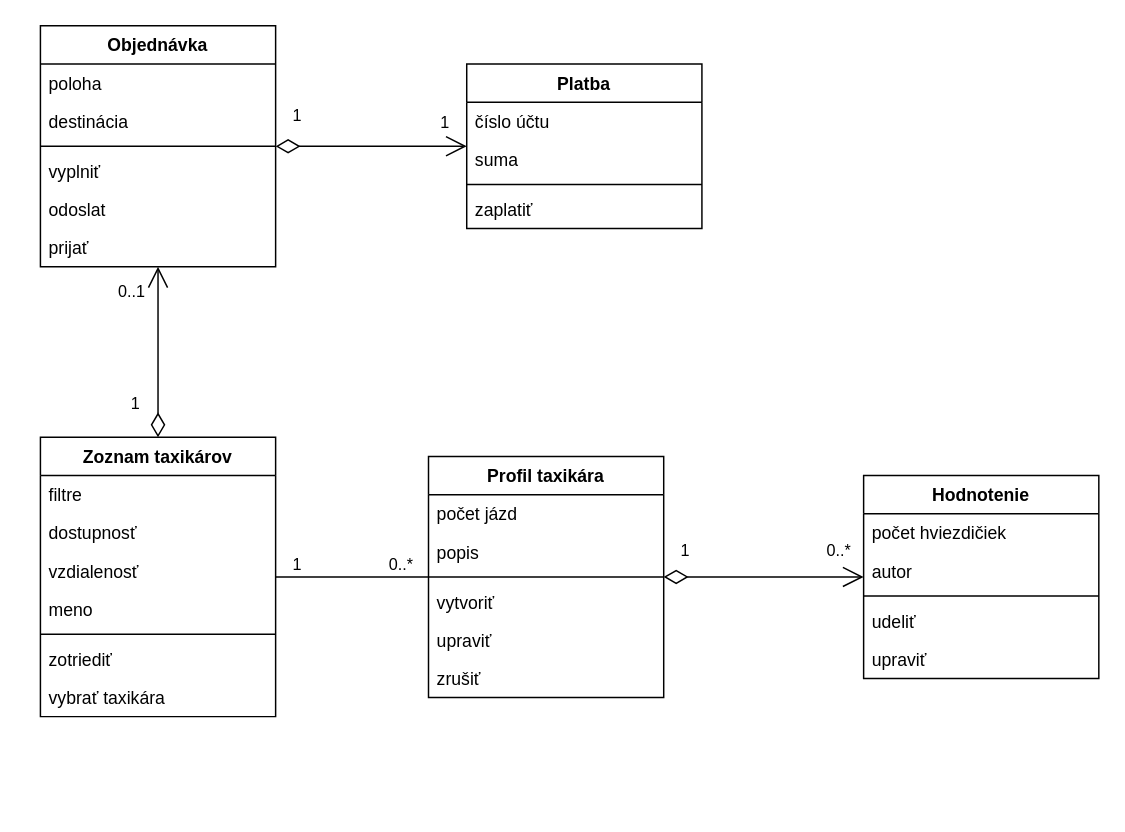
Before: Untitled Diagram.drawio in Achatin/Diagrams, a draw.io diagram. Source tidied: cells renumbered, new cells numbered last; positions are measured from the earlier drawing's top-left corner, leaving out a move shared by most shapes. Both pictures are drawn from the tidied source at 147%, with x=0, y=0 at pixel (40, 25).
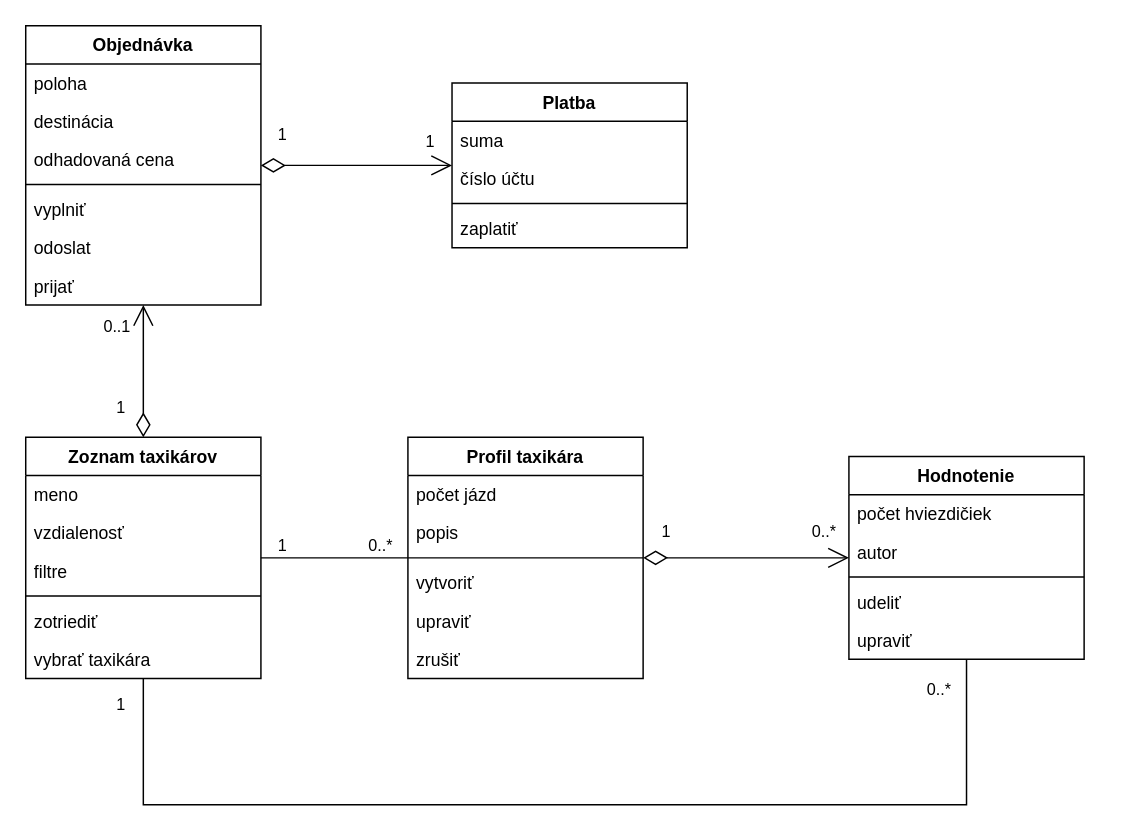
Above is the later version.

Change to the diagram source:
```diff
@@
     <mxCell id="2" value="Objednávka" style="swimlane;fontStyle=1;align=center;verticalAlign=top;horizontal=1;startSize=26;" parent="1" vertex="1">
-      <mxGeometry width="160" height="164" as="geometry" />
+      <mxGeometry x="-10" width="160" height="190" as="geometry" />
     </mxCell>
@@
+    <mxCell id="44" value="odhadovaná cena" style="text;strokeColor=none;fillColor=none;align=left;verticalAlign=top;spacingLeft=4;spacingRight=4;overflow=hidden;" parent="2" vertex="1">
+      <mxGeometry y="78" width="160" height="26" as="geometry" />
+    </mxCell>
     <mxCell id="5" style="line;strokeWidth=1;fillColor=none;align=left;verticalAlign=middle;spacingTop=-1;spacingLeft=3;spacingRight=3;labelPosition=right;" parent="2" vertex="1">
-      <mxGeometry y="78" width="160" height="8" as="geometry" />
+      <mxGeometry y="104" width="160" height="8" as="geometry" />
     </mxCell>
     <mxCell id="6" value="vyplniť" style="text;strokeColor=none;fillColor=none;align=left;verticalAlign=top;spacingLeft=4;spacingRight=4;overflow=hidden;" parent="2" vertex="1">
-      <mxGeometry y="86" width="160" height="26" as="geometry" />
+      <mxGeometry y="112" width="160" height="26" as="geometry" />
     </mxCell>
     <mxCell id="7" value="odoslat" style="text;strokeColor=none;fillColor=none;align=left;verticalAlign=top;spacingLeft=4;spacingRight=4;overflow=hidden;" parent="2" vertex="1">
-      <mxGeometry y="112" width="160" height="26" as="geometry" />
+      <mxGeometry y="138" width="160" height="26" as="geometry" />
     </mxCell>
     <mxCell id="8" value="prijať" style="text;strokeColor=none;fillColor=none;align=left;verticalAlign=top;spacingLeft=4;spacingRight=4;overflow=hidden;" parent="2" vertex="1">
-      <mxGeometry y="138" width="160" height="26" as="geometry" />
+      <mxGeometry y="164" width="160" height="26" as="geometry" />
     </mxCell>
     <mxCell id="9" value="Zoznam taxikárov" style="swimlane;fontStyle=1;align=center;verticalAlign=top;horizontal=1;startSize=26;" parent="1" vertex="1">
-      <mxGeometry y="280" width="160" height="190" as="geometry" />
+      <mxGeometry x="-10" y="280" width="160" height="164" as="geometry" />
     </mxCell>
+    <mxCell id="13" value="meno" style="text;strokeColor=none;fillColor=none;align=left;verticalAlign=top;spacingLeft=4;spacingRight=4;overflow=hidden;" parent="9" vertex="1">
+      <mxGeometry y="26" width="160" height="26" as="geometry" />
+    </mxCell>
+    <mxCell id="12" value="vzdialenosť" style="text;strokeColor=none;fillColor=none;align=left;verticalAlign=top;spacingLeft=4;spacingRight=4;overflow=hidden;" parent="9" vertex="1">
+      <mxGeometry y="52" width="160" height="26" as="geometry" />
+    </mxCell>
     <mxCell id="10" value="filtre" style="text;strokeColor=none;fillColor=none;align=left;verticalAlign=top;spacingLeft=4;spacingRight=4;overflow=hidden;" parent="9" vertex="1">
-      <mxGeometry y="26" width="160" height="26" as="geometry" />
+      <mxGeometry y="78" width="160" height="26" as="geometry" />
     </mxCell>
-    <mxCell id="11" value="dostupnosť" style="text;strokeColor=none;fillColor=none;align=left;verticalAlign=top;spacingLeft=4;spacingRight=4;overflow=hidden;" parent="9" vertex="1">
-      <mxGeometry y="52" width="160" height="26" as="geometry" />
-    </mxCell>
-    <mxCell id="12" value="vzdialenosť" style="text;strokeColor=none;fillColor=none;align=left;verticalAlign=top;spacingLeft=4;spacingRight=4;overflow=hidden;" parent="9" vertex="1">
-      <mxGeometry y="78" width="160" height="26" as="geometry" />
-    </mxCell>
-    <mxCell id="13" value="meno" style="text;strokeColor=none;fillColor=none;align=left;verticalAlign=top;spacingLeft=4;spacingRight=4;overflow=hidden;" parent="9" vertex="1">
-      <mxGeometry y="104" width="160" height="26" as="geometry" />
-    </mxCell>
     <mxCell id="14" style="line;strokeWidth=1;fillColor=none;align=left;verticalAlign=middle;spacingTop=-1;spacingLeft=3;spacingRight=3;labelPosition=right;" parent="9" vertex="1">
-      <mxGeometry y="130" width="160" height="8" as="geometry" />
+      <mxGeometry y="104" width="160" height="8" as="geometry" />
     </mxCell>
     <mxCell id="15" value="zotriediť" style="text;strokeColor=none;fillColor=none;align=left;verticalAlign=top;spacingLeft=4;spacingRight=4;overflow=hidden;" parent="9" vertex="1">
-      <mxGeometry y="138" width="160" height="26" as="geometry" />
+      <mxGeometry y="112" width="160" height="26" as="geometry" />
     </mxCell>
     <mxCell id="16" value="vybrať taxikára" style="text;strokeColor=none;fillColor=none;align=left;verticalAlign=top;spacingLeft=4;spacingRight=4;overflow=hidden;" parent="9" vertex="1">
-      <mxGeometry y="164" width="160" height="26" as="geometry" />
+      <mxGeometry y="138" width="160" height="26" as="geometry" />
     </mxCell>
     <mxCell id="17" value="Hodnotenie" style="swimlane;fontStyle=1;align=center;verticalAlign=top;horizontal=1;startSize=26;" parent="1" vertex="1">
-      <mxGeometry x="560" y="306" width="160" height="138" as="geometry" />
+      <mxGeometry x="550" y="293" width="160" height="138" as="geometry" />
     </mxCell>
@@
     <mxCell id="23" value="Profil taxikára" style="swimlane;fontStyle=1;align=center;verticalAlign=top;horizontal=1;startSize=26;" parent="1" vertex="1">
-      <mxGeometry x="264" y="293" width="160" height="164" as="geometry" />
+      <mxGeometry x="250" y="280" width="160" height="164" as="geometry" />
     </mxCell>
@@
     <mxCell id="37" value="Platba" style="swimlane;fontStyle=1;align=center;verticalAlign=top;horizontal=1;startSize=26;" parent="1" vertex="1">
-      <mxGeometry x="290" y="26" width="160" height="112" as="geometry" />
+      <mxGeometry x="280" y="39" width="160" height="112" as="geometry" />
     </mxCell>
+    <mxCell id="39" value="suma" style="text;strokeColor=none;fillColor=none;align=left;verticalAlign=top;spacingLeft=4;spacingRight=4;overflow=hidden;" parent="37" vertex="1">
+      <mxGeometry y="26" width="160" height="26" as="geometry" />
+    </mxCell>
     <mxCell id="38" value="číslo účtu" style="text;strokeColor=none;fillColor=none;align=left;verticalAlign=top;spacingLeft=4;spacingRight=4;overflow=hidden;" parent="37" vertex="1">
-      <mxGeometry y="26" width="160" height="26" as="geometry" />
+      <mxGeometry y="52" width="160" height="26" as="geometry" />
     </mxCell>
-    <mxCell id="39" value="suma" style="text;strokeColor=none;fillColor=none;align=left;verticalAlign=top;spacingLeft=4;spacingRight=4;overflow=hidden;" parent="37" vertex="1">
-      <mxGeometry y="52" width="160" height="26" as="geometry" />
-    </mxCell>
@@
+    <mxCell id="45" style="endArrow=none;html=1;edgeStyle=orthogonalEdgeStyle;rounded=0;" parent="1" edge="1" source="9" target="17">
+      <mxGeometry relative="1" as="geometry">
+        <Array as="points">
+          <mxPoint x="70" y="530" />
+          <mxPoint x="630" y="530" />
+        </Array>
+      </mxGeometry>
+    </mxCell>
+    <mxCell id="46" value="1" style="edgeLabel;html=1;align=left;verticalAlign=bottom;" parent="45" vertex="1">
+      <mxGeometry x="-1" relative="1" as="geometry">
+        <mxPoint x="-20" y="26" as="offset" />
+      </mxGeometry>
+    </mxCell>
+    <mxCell id="47" value="0..*" style="edgeLabel;html=1;align=right;verticalAlign=bottom;" parent="45" vertex="1">
+      <mxGeometry x="1" relative="1" as="geometry">
+        <mxPoint x="-10" y="29" as="offset" />
+      </mxGeometry>
+    </mxCell>
```
